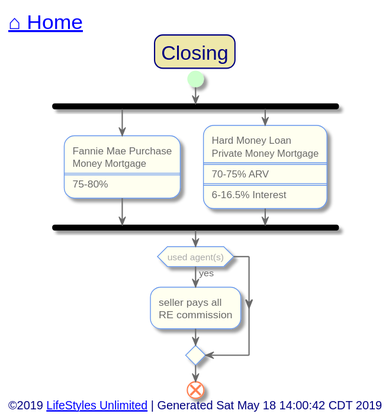
Above: out/src/single-family/closing.svg in toddmo/lifestylesunlimited (PlantUML), before the change.
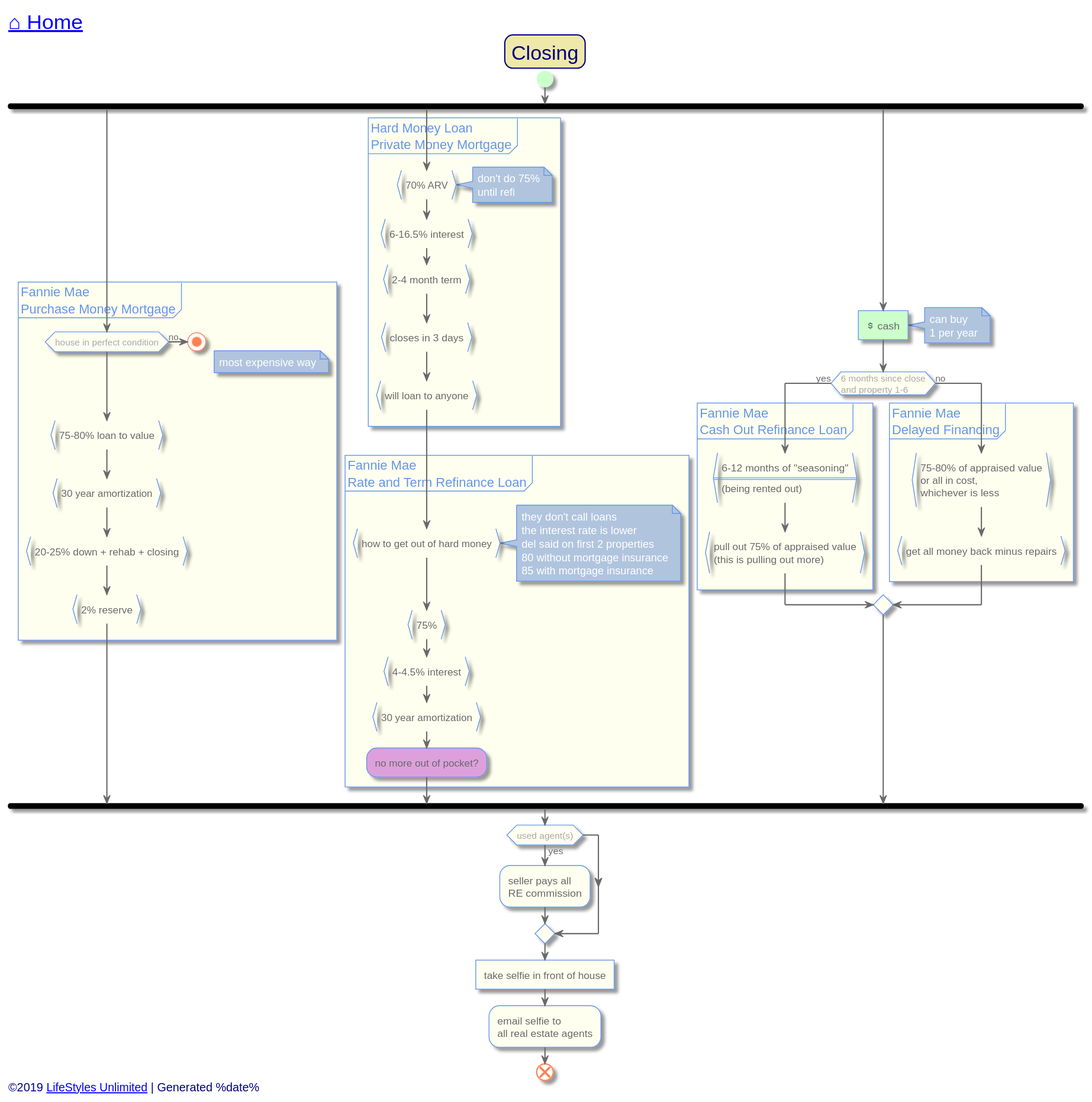
Later version of the same file.

What changed in the source:
```diff
@@ -83,30 +83,84 @@
 
 	start
 
-		fork
-			:Fannie Mae Purchase
-			Money Mortgage
-			====
-			75-80%;
-		fork again
-			:Hard Money Loan
-			Private Money Mortgage
-			====
-			70-75% ARV
-			====
-			6-16.5% Interest;
-		end fork
+  fork
 
-		if(used agent(s)) then (yes)
-			:seller pays all
-			RE commission;
-		endif
+    partition "Fannie Mae\nPurchase Money Mortgage" {
+      if(house in perfect condition) then (no)
+        stop
+      endif
+      note right
+        most expensive way
+      end note
+      :75-80% loan to value}
+      :30 year amortization}
+      :20-25% down + rehab + closing}
+      :2% reserve}
+    }
+
+  fork again
+    partition "Hard Money Loan\nPrivate Money Mortgage" {
+      :70% ARV}
+      note right: don't do 75%\nuntil refi
+      :6-16.5% interest}
+      :2-4 month term}
+      :closes in 3 days}
+      :will loan to anyone}
+    }
+
+    partition "Fannie Mae\nRate and Term Refinance Loan" {
+      :how to get out of hard money}
+      note right
+        they don't call loans
+        the interest rate is lower
+        del said on first 2 properties
+        80 without mortgage insurance
+        85 with mortgage insurance
+      end note
+      :75%}
+      :4-4.5% interest}
+      :30 year amortization}
+      #Plum:no more out of pocket?;
+    }
+
+  fork again
+    #PHYSICAL:<&dollar> cash]
+    note right
+      can buy
+      1 per year
+    end note
+
+    if(6 months since close\nand property 1-6) then (yes)
+			partition "Fannie Mae\nCash Out Refinance Loan" {
+				:6-12 months of "seasoning"\n====\n(being rented out)}
+				:pull out 75% of appraised value
+				(this is pulling out more)}
+			}
+    else (no)
+      partition "Fannie Mae\nDelayed Financing" {
+        :75-80% of appraised value
+        or all in cost,
+        whichever is less}
+        :get all money back minus repairs}
+      }
+    endif
+  end fork
+
+	if(used agent(s)) then (yes)
+		:seller pays all
+		RE commission;
+	endif
+
+	:take selfie in front of house]
+	:email selfie to
+	all real estate agents;
+
 
 	end
 
 
 left footer
-	<font size=14>©2019 [[http://www.lifestylesunlimited.com LifeStyles Unlimited]] | Generated Sat May 18 14:00:42 CDT 2019</font>
+	<font size=14>©2019 [[http://www.lifestylesunlimited.com LifeStyles Unlimited]] | Generated %date%</font>
 endfooter
 
 
```
